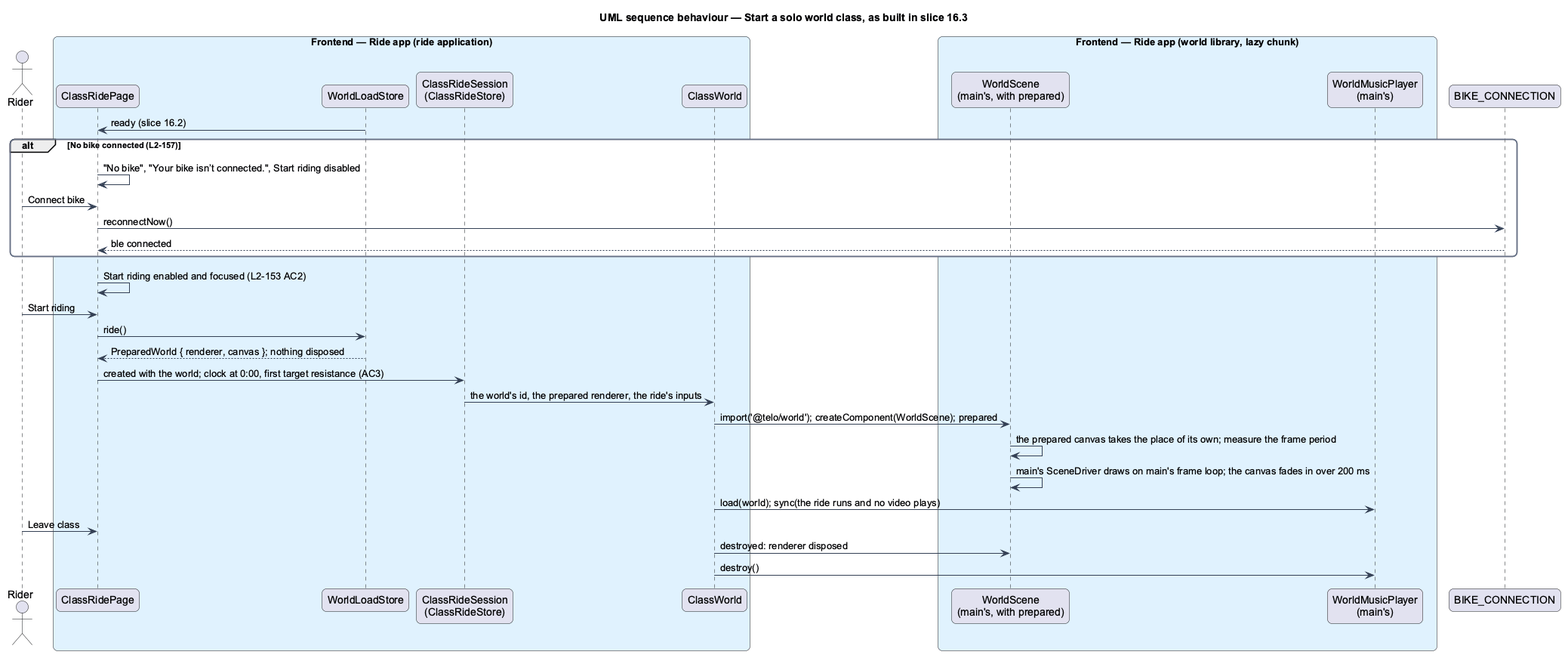
Earlier version of the PlantUML export docs/detailed-designs/classes/start-a-world-class/diagrams/sequence-as-built-16-3.png (QuinntyneBrown/wattzup). Its diagram source:
```plantuml
@startuml
title UML sequence behaviour — Start a solo world class, as built in slice 16.3
skinparam backgroundColor #FFFFFF
skinparam shadowing false
skinparam roundcorner 12
skinparam defaultFontName Arial
skinparam ArrowColor #344054
skinparam rectangle {
  BorderColor #344054
  FontColor #101828
}
skinparam package {
  BorderColor #667085
  FontColor #101828
  BackgroundColor #F9FAFB
}
actor "Rider" as actor
box "Frontend — Ride app (ride application)" #E0F2FE
  participant "ClassRidePage" as page
  participant "WorldLoadStore" as store
  participant "ClassRideSession\n(ClassRideStore)" as session
  participant "ClassWorld" as dir
end box
box "Frontend — Ride app (world library, lazy chunk)" #E0F2FE
  participant "WorldScene\n(main's, with prepared)" as scene
  participant "WorldMusicPlayer\n(main's)" as music
end box
participant "BIKE_CONNECTION" as bike
store -> page : ready (slice 16.2)
alt No bike connected (L2-157)
  page -> page : "No bike", "Your bike isn’t connected.", Start riding disabled
  actor -> page : Connect bike
  page -> bike : reconnectNow()
  bike --> page : ble connected
end
page -> page : Start riding enabled and focused (L2-153 AC2)
actor -> page : Start riding
page -> store : ride()
store --> page : PreparedWorld { renderer, canvas }; nothing disposed
page -> session : created with the world; clock at 0:00, first target resistance (AC3)
session -> dir : the world's id, the prepared renderer, the ride's inputs
dir -> scene : import('@telo/world'); createComponent(WorldScene); prepared
scene -> scene : the prepared canvas takes the place of its own; measure the frame period
scene -> scene : main's SceneDriver draws on main's frame loop; the canvas fades in over 200 ms
dir -> music : load(world); sync(the ride runs and no video plays)
actor -> page : Leave class
dir -> scene : destroyed: renderer disposed
dir -> music : destroy()
@enduml
```
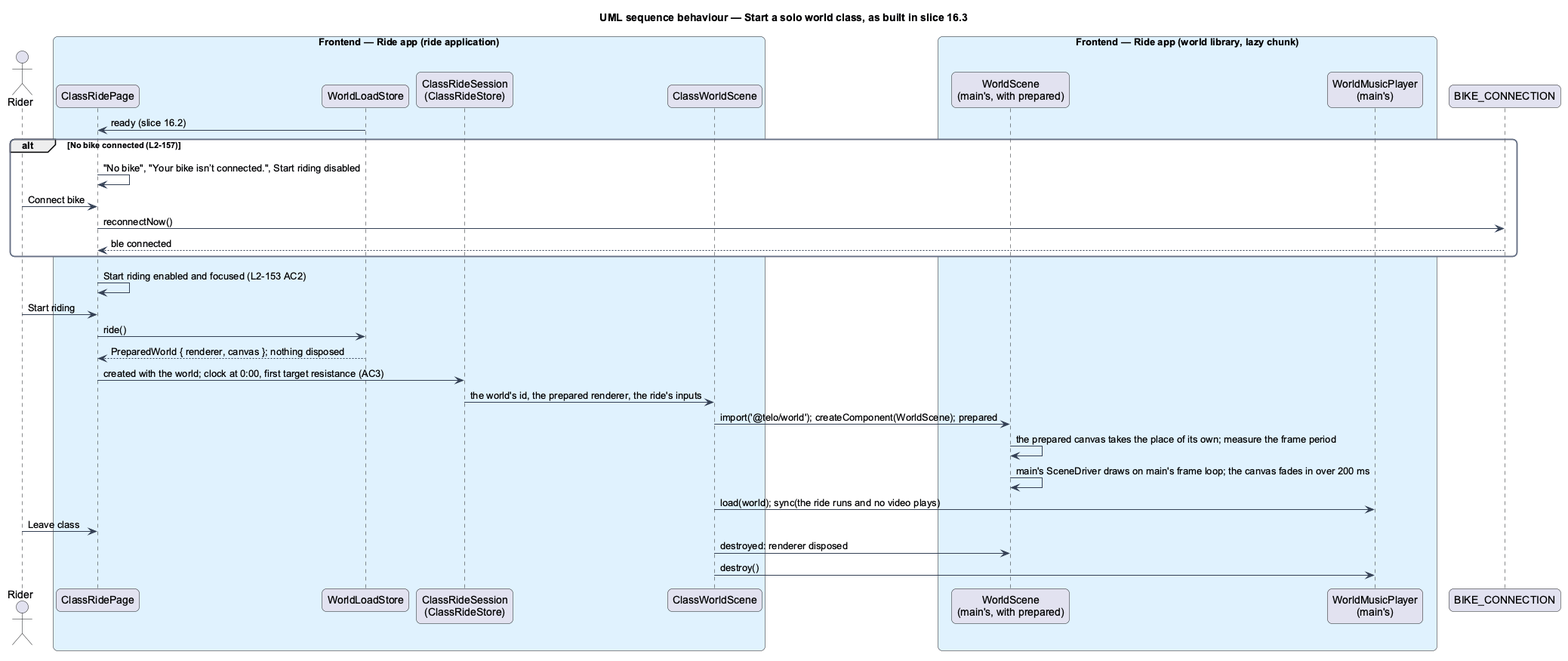
Above is the later version.

The edit, as a diff of the source:
```diff
@@ -19,7 +19,7 @@
   participant "ClassRidePage" as page
   participant "WorldLoadStore" as store
   participant "ClassRideSession\n(ClassRideStore)" as session
-  participant "ClassWorld" as dir
+  participant "ClassWorldScene" as dir
 end box
 box "Frontend — Ride app (world library, lazy chunk)" #E0F2FE
   participant "WorldScene\n(main's, with prepared)" as scene
```
